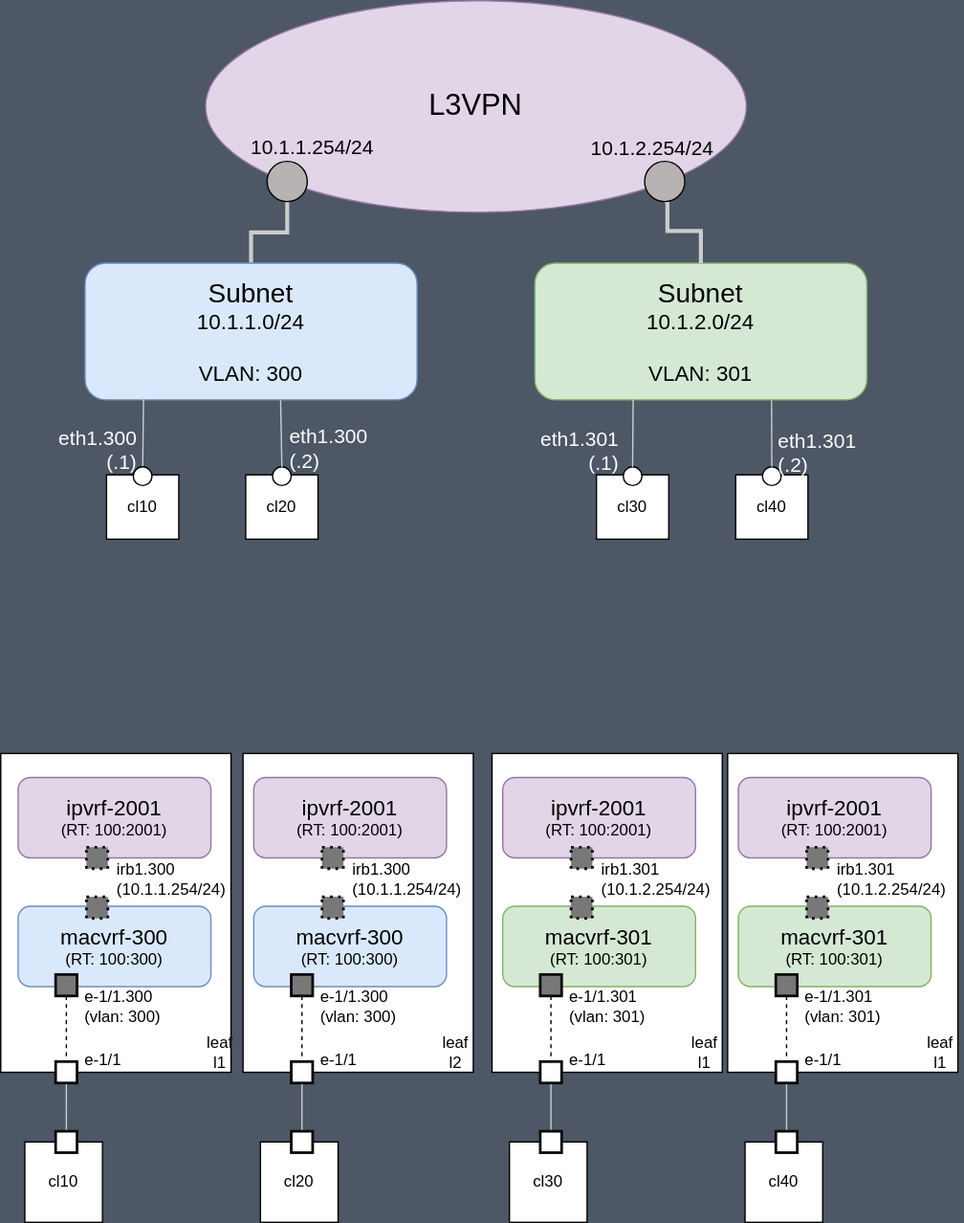
Above: img/ansible-srl-l3vpn-lo.drawio.svg in srl-labs/intent-based-ansible-lab (draw.io), before the change. Source tidied: cells renumbered, new cells last; positions are measured from the earlier drawing's top-left corner, leaving out a move shared by most shapes.
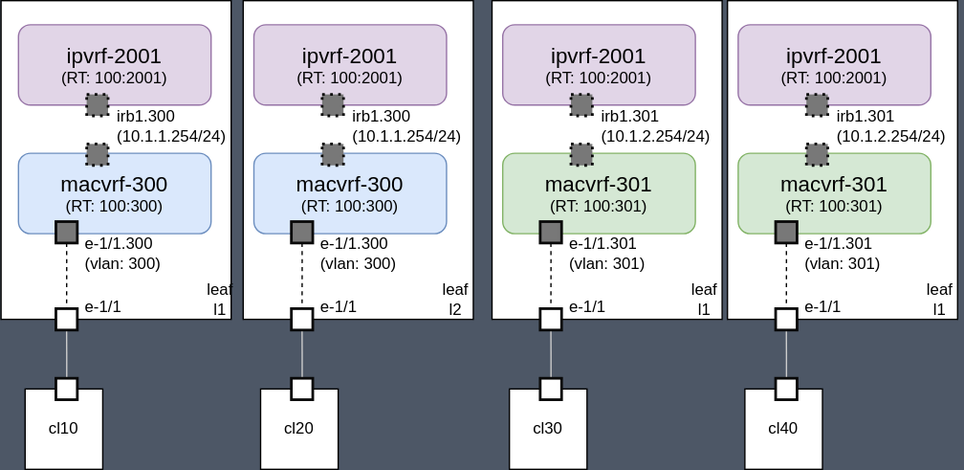
Above is the later version.

The edit, as a diff of the source:
```diff
@@ -2,87 +2,6 @@
   <root>
     <mxCell id="0" />
     <mxCell id="1" parent="0" />
-    <mxCell id="2" value="&lt;font style=&quot;font-size: 22px;&quot;&gt;L3VPN&lt;/font&gt;" style="ellipse;whiteSpace=wrap;html=1;fillColor=#e1d5e7;strokeColor=#9673a6;" parent="1" vertex="1">
-      <mxGeometry x="153" width="404" height="158" as="geometry" />
-    </mxCell>
-    <mxCell id="3" style="rounded=0;jettySize=auto;html=1;exitX=0.5;exitY=0;exitDx=0;exitDy=0;strokeColor=#CCCCCC;strokeWidth=3;endArrow=none;endFill=0;entryX=0.5;entryY=1;entryDx=0;entryDy=0;edgeStyle=orthogonalEdgeStyle;" parent="1" edge="1" source="4" target="7">
-      <mxGeometry relative="1" as="geometry" />
-    </mxCell>
-    <mxCell id="4" value="&lt;font style=&quot;font-size: 20px;&quot;&gt;Subnet&lt;/font&gt;&lt;br style=&quot;font-size: 16px;&quot;&gt;10.1.1.0/24&lt;br&gt;&lt;br&gt;VLAN: 300" style="rounded=1;whiteSpace=wrap;html=1;fillColor=#dae8fc;strokeColor=#6c8ebf;fontSize=16;" parent="1" vertex="1">
-      <mxGeometry x="63" y="196" width="248" height="102" as="geometry" />
-    </mxCell>
-    <mxCell id="5" value="&lt;font style=&quot;font-size: 20px;&quot;&gt;Subnet&lt;/font&gt;&lt;br style=&quot;font-size: 16px;&quot;&gt;10.1.2.0/24&lt;br&gt;&lt;br&gt;VLAN: 301" style="rounded=1;whiteSpace=wrap;html=1;fillColor=#d5e8d4;strokeColor=#82b366;fontSize=16;" parent="1" vertex="1">
-      <mxGeometry x="399" y="196" width="248" height="102" as="geometry" />
-    </mxCell>
-    <mxCell id="6" style="rounded=0;jettySize=auto;html=1;exitX=0.5;exitY=0;exitDx=0;exitDy=0;entryX=0.5;entryY=1;entryDx=0;entryDy=0;strokeColor=#CCCCCC;strokeWidth=3;endArrow=none;endFill=0;edgeStyle=orthogonalEdgeStyle;" parent="1" edge="1" source="5" target="9">
-      <mxGeometry relative="1" as="geometry">
-        <Array as="points">
-          <mxPoint x="523" y="172" />
-          <mxPoint x="498" y="172" />
-          <mxPoint x="498" y="150" />
-        </Array>
-      </mxGeometry>
-    </mxCell>
-    <mxCell id="7" style="ellipse;whiteSpace=wrap;html=1;fillColor=#B8B2B2;" parent="1" vertex="1">
-      <mxGeometry x="199" y="120" width="30" height="30" as="geometry" />
-    </mxCell>
-    <mxCell id="8" value="10.1.1.254/24" style="text;html=1;strokeColor=none;fillColor=none;align=center;verticalAlign=middle;whiteSpace=wrap;rounded=0;fontSize=15;" parent="1" vertex="1">
-      <mxGeometry x="203" y="94" width="60" height="30" as="geometry" />
-    </mxCell>
-    <mxCell id="9" style="ellipse;whiteSpace=wrap;html=1;fillColor=#B8B2B2;" parent="1" vertex="1">
-      <mxGeometry x="481" y="120" width="30" height="30" as="geometry" />
-    </mxCell>
-    <mxCell id="10" value="10.1.2.254/24" style="text;html=1;strokeColor=none;fillColor=none;align=center;verticalAlign=middle;whiteSpace=wrap;rounded=0;fontSize=15;" parent="1" vertex="1">
-      <mxGeometry x="457" y="95" width="60" height="30" as="geometry" />
-    </mxCell>
-    <mxCell id="11" style="rounded=0;jettySize=auto;html=1;exitX=0.5;exitY=0;exitDx=0;exitDy=0;entryX=0.176;entryY=0.986;entryDx=0;entryDy=0;fontColor=none;noLabel=1;strokeColor=#CCCCCC;endArrow=none;endFill=0;entryPerimeter=0;" parent="1" edge="1" source="12" target="4">
-      <mxGeometry relative="1" as="geometry" />
-    </mxCell>
-    <mxCell id="12" value="cl10" style="rounded=0;whiteSpace=wrap;html=1;fillColor=#FFFFFF;" parent="1" vertex="1">
-      <mxGeometry x="79" y="354" width="54" height="48" as="geometry" />
-    </mxCell>
-    <mxCell id="13" style="ellipse;whiteSpace=wrap;html=1;" parent="1" vertex="1">
-      <mxGeometry x="99" y="348" width="14" height="14" as="geometry" />
-    </mxCell>
-    <mxCell id="14" value="&lt;font style=&quot;font-size: 15px;&quot; color=&quot;#ffffff&quot;&gt;eth1.300&lt;br style=&quot;font-size: 15px;&quot;&gt;(.1)&lt;br style=&quot;font-size: 15px;&quot;&gt;&lt;/font&gt;" style="text;html=1;strokeColor=none;fillColor=none;align=right;verticalAlign=middle;whiteSpace=wrap;rounded=0;fontSize=15;" parent="1" vertex="1">
-      <mxGeometry x="44" y="320" width="60" height="30" as="geometry" />
-    </mxCell>
-    <mxCell id="15" value="cl20" style="rounded=0;whiteSpace=wrap;html=1;fillColor=#FFFFFF;" parent="1" vertex="1">
-      <mxGeometry x="183" y="354" width="54" height="48" as="geometry" />
-    </mxCell>
-    <mxCell id="16" style="ellipse;whiteSpace=wrap;html=1;" parent="1" vertex="1">
-      <mxGeometry x="203" y="348" width="14" height="14" as="geometry" />
-    </mxCell>
-    <mxCell id="17" style="rounded=0;jettySize=auto;html=1;exitX=0.5;exitY=0;exitDx=0;exitDy=0;entryX=0.589;entryY=1.003;entryDx=0;entryDy=0;fontColor=none;noLabel=1;strokeColor=#CCCCCC;endArrow=none;endFill=0;entryPerimeter=0;" parent="1" edge="1" source="16" target="4">
-      <mxGeometry relative="1" as="geometry" />
-    </mxCell>
-    <mxCell id="18" value="&lt;font style=&quot;font-size: 15px;&quot; color=&quot;#ffffff&quot;&gt;eth1.300&lt;br style=&quot;font-size: 15px;&quot;&gt;(.2)&lt;br style=&quot;font-size: 15px;&quot;&gt;&lt;/font&gt;" style="text;html=1;strokeColor=none;fillColor=none;align=left;verticalAlign=middle;whiteSpace=wrap;rounded=0;fontSize=15;" parent="1" vertex="1">
-      <mxGeometry x="214" y="319" width="60" height="30" as="geometry" />
-    </mxCell>
-    <mxCell id="19" value="cl30" style="rounded=0;whiteSpace=wrap;html=1;fillColor=#FFFFFF;" parent="1" vertex="1">
-      <mxGeometry x="445" y="354" width="54" height="48" as="geometry" />
-    </mxCell>
-    <mxCell id="20" style="ellipse;whiteSpace=wrap;html=1;" parent="1" vertex="1">
-      <mxGeometry x="465" y="348" width="14" height="14" as="geometry" />
-    </mxCell>
-    <mxCell id="21" value="&lt;font style=&quot;font-size: 15px;&quot; color=&quot;#ffffff&quot;&gt;eth1.301&lt;br style=&quot;font-size: 15px;&quot;&gt;(.1)&lt;br style=&quot;font-size: 15px;&quot;&gt;&lt;/font&gt;" style="text;html=1;strokeColor=none;fillColor=none;align=right;verticalAlign=middle;whiteSpace=wrap;rounded=0;fontSize=15;" parent="1" vertex="1">
-      <mxGeometry x="404" y="321" width="60" height="30" as="geometry" />
-    </mxCell>
-    <mxCell id="22" value="cl40" style="rounded=0;whiteSpace=wrap;html=1;fillColor=#FFFFFF;" parent="1" vertex="1">
-      <mxGeometry x="549" y="354" width="54" height="48" as="geometry" />
-    </mxCell>
-    <mxCell id="23" style="ellipse;whiteSpace=wrap;html=1;" parent="1" vertex="1">
-      <mxGeometry x="569" y="348" width="14" height="14" as="geometry" />
-    </mxCell>
-    <mxCell id="24" value="&lt;font style=&quot;font-size: 15px;&quot; color=&quot;#ffffff&quot;&gt;eth1.301&lt;br style=&quot;font-size: 15px;&quot;&gt;(.2)&lt;br style=&quot;font-size: 15px;&quot;&gt;&lt;/font&gt;" style="text;html=1;strokeColor=none;fillColor=none;align=left;verticalAlign=middle;whiteSpace=wrap;rounded=0;fontSize=15;" parent="1" vertex="1">
-      <mxGeometry x="579" y="322" width="60" height="30" as="geometry" />
-    </mxCell>
-    <mxCell id="25" style="rounded=0;jettySize=auto;html=1;exitX=0.5;exitY=0;exitDx=0;exitDy=0;entryX=0.296;entryY=0.997;entryDx=0;entryDy=0;fontColor=none;noLabel=1;strokeColor=#CCCCCC;endArrow=none;endFill=0;entryPerimeter=0;" parent="1" edge="1" source="20" target="5">
-      <mxGeometry relative="1" as="geometry" />
-    </mxCell>
-    <mxCell id="26" style="rounded=0;jettySize=auto;html=1;entryX=0.713;entryY=1.003;entryDx=0;entryDy=0;fontColor=none;noLabel=1;strokeColor=#CCCCCC;endArrow=none;endFill=0;entryPerimeter=0;exitX=0.5;exitY=0;exitDx=0;exitDy=0;" parent="1" edge="1" source="23" target="5">
-      <mxGeometry relative="1" as="geometry" />
-    </mxCell>
     <mxCell id="27" style="rounded=0;whiteSpace=wrap;html=1;" parent="1" vertex="1">
       <mxGeometry y="562" width="172" height="238" as="geometry" />
     </mxCell>
```
